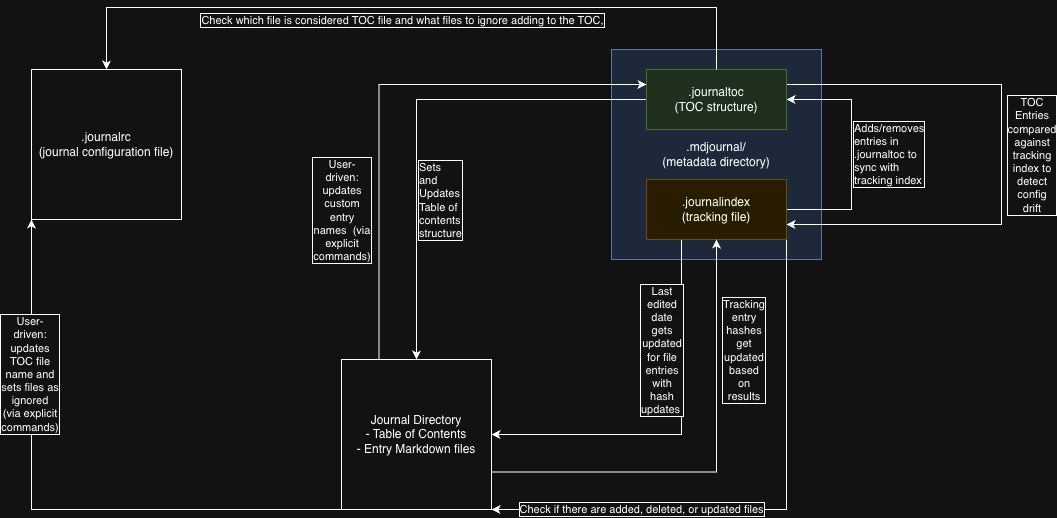
CollinRobison/markdown-journal-cli keeps this draw.io diagram as docs/mdjournal_file_infrastructure.png. Above is the earlier version. Source tidied: cells renumbered, new cells last; positions are measured from the earlier drawing's top-left corner, leaving out a move shared by most shapes.
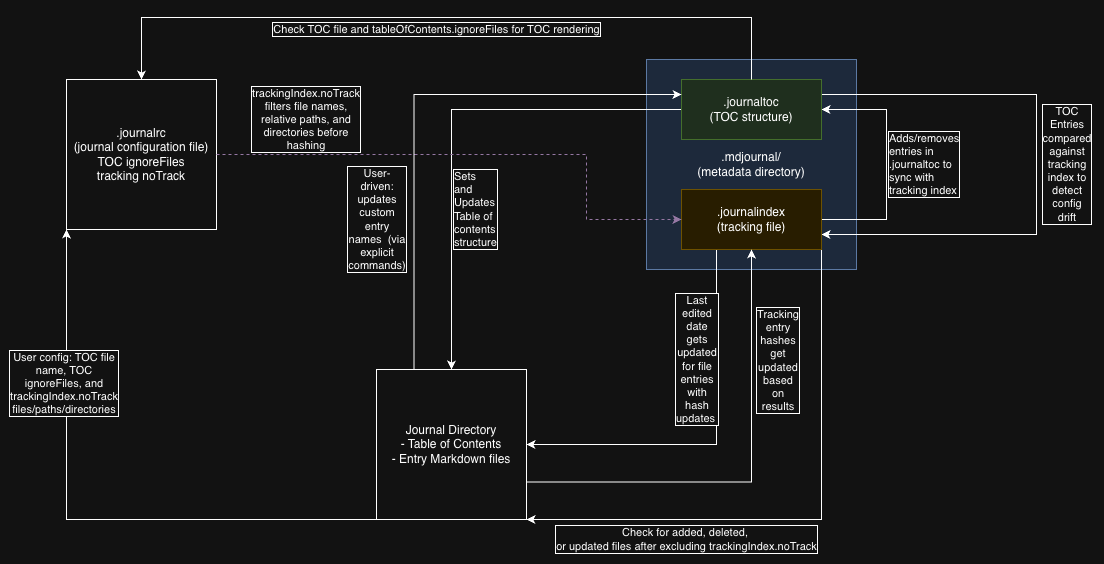
After the commit.

Change to the diagram source:
```diff
@@ -2,7 +2,7 @@
   <root>
     <mxCell id="0" />
     <mxCell id="1" parent="0" />
-    <mxCell id="2" value=".journalrc&lt;br&gt;(journal configuration file)" style="whiteSpace=wrap;html=1;" parent="1" vertex="1">
+    <mxCell id="2" value=".journalrc&lt;br&gt;(journal configuration file)&lt;br&gt;TOC ignoreFiles&lt;br&gt;tracking noTrack" style="whiteSpace=wrap;html=1;" parent="1" vertex="1">
       <mxGeometry y="62" width="150" height="150" as="geometry" />
     </mxCell>
     <mxCell id="3" value=".mdjournal/&lt;br&gt;(metadata directory)" style="whiteSpace=wrap;html=1;fillColor=#dae8fc;strokeColor=#6c8ebf;" parent="1" vertex="1">
@@ -53,9 +53,9 @@
         </Array>
       </mxGeometry>
     </mxCell>
-    <mxCell id="11" value="Check if there are added, deleted, or updated files" style="edgeLabel;html=1;align=center;verticalAlign=middle;labelBorderColor=default;" parent="10" vertex="1">
+    <mxCell id="11" value="Check for added, deleted,&amp;nbsp;&lt;div&gt;or updated files after excluding trackingIndex.noTrack&lt;/div&gt;" style="edgeLabel;html=1;align=center;verticalAlign=middle;labelBorderColor=default;fontFamily=Helvetica;fontSize=11;fontColor=default;labelBackgroundColor=default;fillColor=none;gradientColor=none;rotation=0;" parent="10" vertex="1">
       <mxGeometry x="0.37" y="-1" relative="1" as="geometry">
-        <mxPoint x="-29" as="offset" />
+        <mxPoint x="-18" y="21" as="offset" />
       </mxGeometry>
     </mxCell>
     <mxCell id="12" style="edgeStyle=orthogonalEdgeStyle;rounded=0;jettySize=auto;html=1;entryX=1;entryY=0.5;entryDx=0;entryDy=0;exitX=0.25;exitY=1;exitDx=0;exitDy=0;" parent="1" edge="1" source="14" target="20">
@@ -79,7 +79,7 @@
         </Array>
       </mxGeometry>
     </mxCell>
-    <mxCell id="17" value="User-driven: updates TOC file name and sets files as ignored (via explicit commands)" style="edgeLabel;html=1;align=center;verticalAlign=middle;whiteSpace=wrap;labelBorderColor=default;" parent="16" vertex="1">
+    <mxCell id="17" value="User config: TOC file name, TOC ignoreFiles, and trackingIndex.noTrack files/paths/directories" style="edgeLabel;html=1;align=center;verticalAlign=middle;whiteSpace=wrap;labelBorderColor=default;" parent="16" vertex="1">
       <mxGeometry x="0.49" y="2" relative="1" as="geometry" />
     </mxCell>
     <mxCell id="18" style="edgeStyle=orthogonalEdgeStyle;rounded=0;jettySize=auto;html=1;exitX=1;exitY=0.75;exitDx=0;exitDy=0;entryX=0.5;entryY=1;entryDx=0;entryDy=0;" parent="1" edge="1" source="20" target="14">
@@ -113,10 +113,23 @@
         </Array>
       </mxGeometry>
     </mxCell>
-    <mxCell id="24" value="Check which file is considered TOC file and what files to ignore adding to the TOC," style="edgeLabel;html=1;align=center;verticalAlign=middle;labelBorderColor=default;" parent="23" vertex="1">
+    <mxCell id="24" value="Check TOC file and tableOfContents.ignoreFiles for TOC rendering" style="edgeLabel;html=1;align=center;verticalAlign=middle;labelBorderColor=default;" parent="23" vertex="1">
       <mxGeometry x="0.49" y="2" relative="1" as="geometry">
         <mxPoint x="169" y="10" as="offset" />
       </mxGeometry>
     </mxCell>
+    <mxCell id="25" style="edgeStyle=orthogonalEdgeStyle;rounded=0;jettySize=auto;html=1;exitX=1;exitY=0.5;exitDx=0;exitDy=0;entryX=0;entryY=0.5;entryDx=0;entryDy=0;dashed=1;strokeColor=#9673a6;" parent="1" edge="1" source="2" target="14">
+      <mxGeometry relative="1" as="geometry">
+        <Array as="points">
+          <mxPoint x="520" y="137" />
+          <mxPoint x="520" y="202" />
+        </Array>
+      </mxGeometry>
+    </mxCell>
+    <mxCell id="26" value="trackingIndex.noTrack filters file names, relative paths, and directories before hashing" style="edgeLabel;html=1;align=center;verticalAlign=middle;whiteSpace=wrap;labelBorderColor=default;fontSize=11;" parent="25" vertex="1">
+      <mxGeometry x="-0.12" y="2" relative="1" as="geometry">
+        <mxPoint x="-144" y="-33" as="offset" />
+      </mxGeometry>
+    </mxCell>
   </root>
 </mxGraphModel>
```
